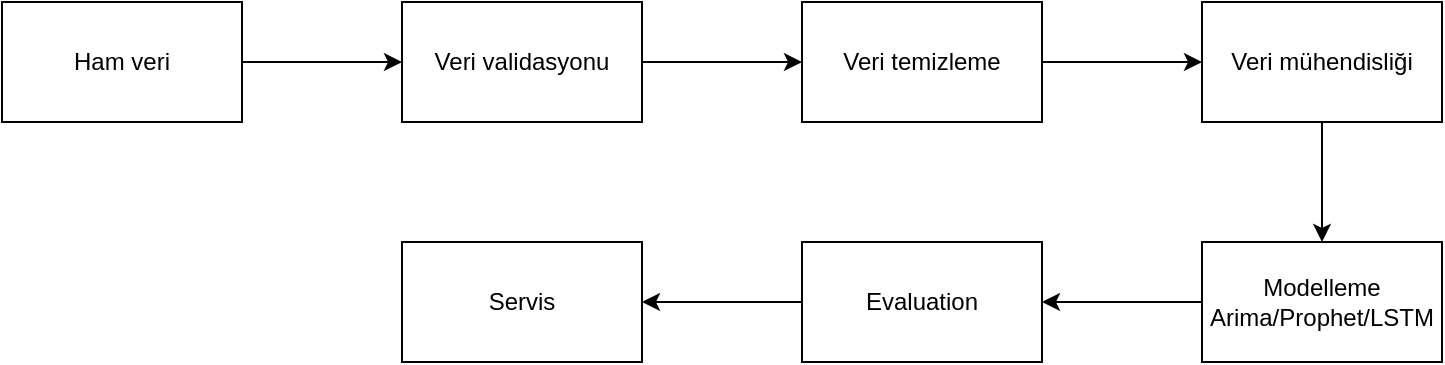
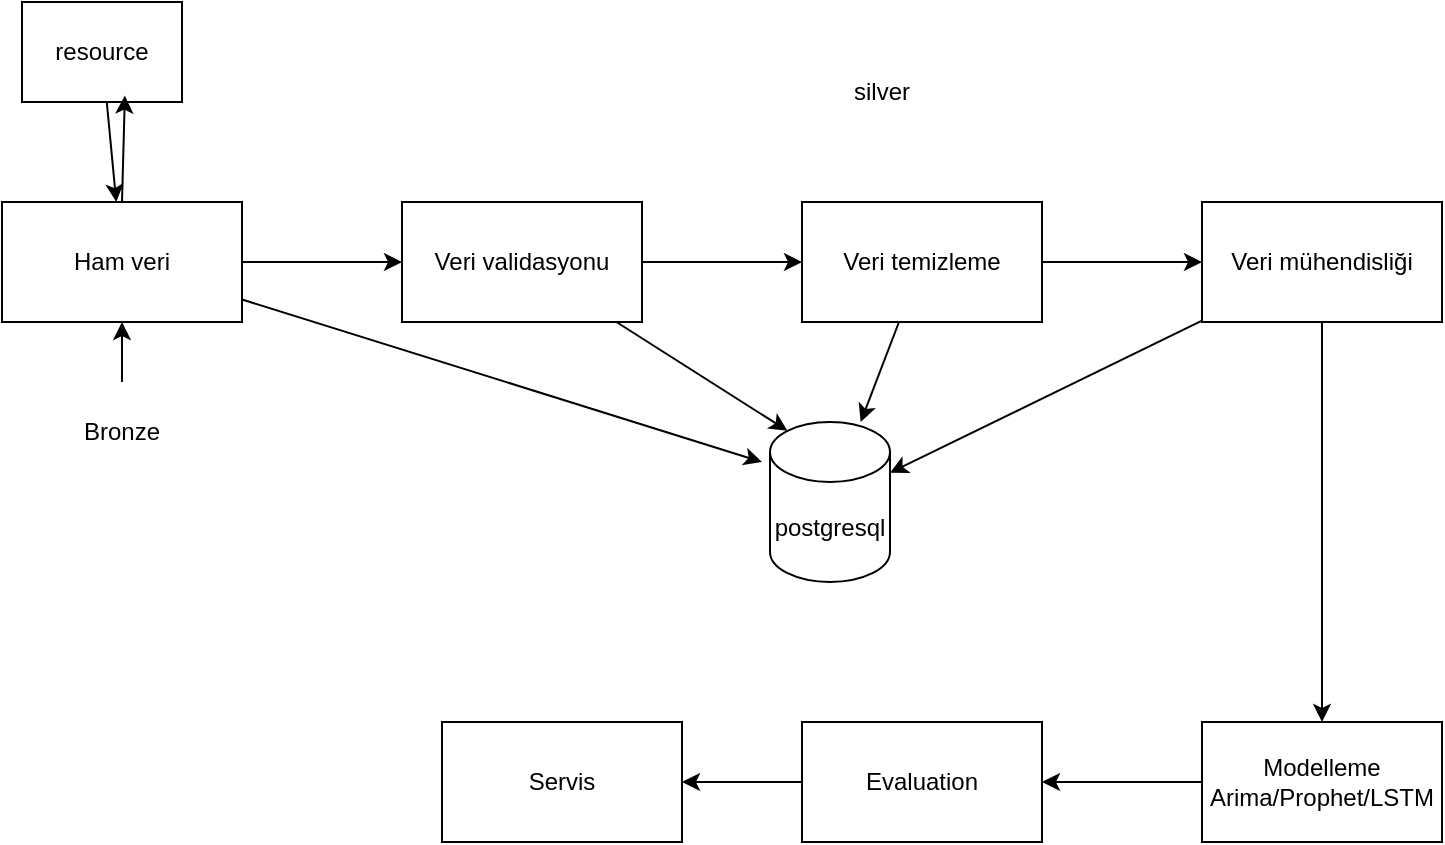
<mxfile host="65bd71144e">
    <diagram id="Di5BMOh4HMFCVeGNjLv4" name="Page-1">
-         <mxGraphModel dx="1048" dy="520" grid="1" gridSize="10" guides="1" tooltips="1" connect="1" arrows="1" fold="1" page="1" pageScale="1" pageWidth="827" pageHeight="1169" math="0" shadow="0">
+         <mxGraphModel dx="782" dy="655" grid="1" gridSize="10" guides="1" tooltips="1" connect="1" arrows="1" fold="1" page="1" pageScale="1" pageWidth="827" pageHeight="1169" math="0" shadow="0">
            <root>
                <mxCell id="0"/>
                <mxCell id="1" parent="0"/>
                <mxCell id="4" value="" style="edgeStyle=none;html=1;" parent="1" source="2" target="3" edge="1">
                    <mxGeometry relative="1" as="geometry"/>
                </mxCell>
                <mxCell id="2" value="Ham veri" style="rounded=0;whiteSpace=wrap;html=1;" parent="1" vertex="1">
-                     <mxGeometry x="30" y="60" width="120" height="60" as="geometry"/>
+                     <mxGeometry x="30" y="120" width="120" height="60" as="geometry"/>
                </mxCell>
                <mxCell id="6" value="" style="edgeStyle=none;html=1;" parent="1" source="3" target="5" edge="1">
                    <mxGeometry relative="1" as="geometry"/>
                </mxCell>
+                 <mxCell id="41" style="edgeStyle=none;html=1;entryX=0.145;entryY=0;entryDx=0;entryDy=4.35;entryPerimeter=0;" edge="1" parent="1" source="3" target="33">
+                     <mxGeometry relative="1" as="geometry"/>
+                 </mxCell>
                <mxCell id="3" value="Veri validasyonu" style="whiteSpace=wrap;html=1;rounded=0;" parent="1" vertex="1">
-                     <mxGeometry x="230" y="60" width="120" height="60" as="geometry"/>
+                     <mxGeometry x="230" y="120" width="120" height="60" as="geometry"/>
                </mxCell>
                <mxCell id="8" value="" style="edgeStyle=none;html=1;" parent="1" source="5" target="7" edge="1">
                    <mxGeometry relative="1" as="geometry"/>
                </mxCell>
+                 <mxCell id="42" style="edgeStyle=none;html=1;" edge="1" parent="1" source="5" target="33">
+                     <mxGeometry relative="1" as="geometry"/>
+                 </mxCell>
                <mxCell id="5" value="Veri temizleme" style="whiteSpace=wrap;html=1;rounded=0;" parent="1" vertex="1">
-                     <mxGeometry x="430" y="60" width="120" height="60" as="geometry"/>
+                     <mxGeometry x="430" y="120" width="120" height="60" as="geometry"/>
                </mxCell>
                <mxCell id="10" value="" style="edgeStyle=none;html=1;" parent="1" source="7" target="9" edge="1">
                    <mxGeometry relative="1" as="geometry"/>
                </mxCell>
+                 <mxCell id="43" style="edgeStyle=none;html=1;" edge="1" parent="1" source="7" target="33">
+                     <mxGeometry relative="1" as="geometry"/>
+                 </mxCell>
                <mxCell id="7" value="Veri mühendisliği" style="whiteSpace=wrap;html=1;rounded=0;" parent="1" vertex="1">
-                     <mxGeometry x="630" y="60" width="120" height="60" as="geometry"/>
+                     <mxGeometry x="630" y="120" width="120" height="60" as="geometry"/>
                </mxCell>
                <mxCell id="12" value="" style="edgeStyle=none;html=1;" parent="1" source="9" target="11" edge="1">
                    <mxGeometry relative="1" as="geometry"/>
                </mxCell>
                <mxCell id="9" value="Modelleme&lt;br&gt;Arima/Prophet/LSTM" style="whiteSpace=wrap;html=1;rounded=0;" parent="1" vertex="1">
-                     <mxGeometry x="630" y="180" width="120" height="60" as="geometry"/>
+                     <mxGeometry x="630" y="380" width="120" height="60" as="geometry"/>
                </mxCell>
                <mxCell id="14" value="" style="edgeStyle=none;html=1;" parent="1" source="11" target="13" edge="1">
                    <mxGeometry relative="1" as="geometry"/>
                </mxCell>
                <mxCell id="11" value="Evaluation" style="whiteSpace=wrap;html=1;rounded=0;" parent="1" vertex="1">
-                     <mxGeometry x="430" y="180" width="120" height="60" as="geometry"/>
+                     <mxGeometry x="430" y="380" width="120" height="60" as="geometry"/>
                </mxCell>
                <mxCell id="13" value="Servis" style="whiteSpace=wrap;html=1;rounded=0;" parent="1" vertex="1">
-                     <mxGeometry x="230" y="180" width="120" height="60" as="geometry"/>
+                     <mxGeometry x="250" y="380" width="120" height="60" as="geometry"/>
+                 </mxCell>
+                 <mxCell id="16" style="edgeStyle=none;html=1;" edge="1" parent="1" source="15" target="2">
+                     <mxGeometry relative="1" as="geometry"/>
+                 </mxCell>
+                 <mxCell id="15" value="Bronze" style="text;html=1;align=center;verticalAlign=middle;whiteSpace=wrap;rounded=0;" vertex="1" parent="1">
+                     <mxGeometry x="60" y="210" width="60" height="50" as="geometry"/>
+                 </mxCell>
+                 <mxCell id="17" value="silver" style="text;html=1;align=center;verticalAlign=middle;whiteSpace=wrap;rounded=0;" vertex="1" parent="1">
+                     <mxGeometry x="220" y="50" width="500" height="30" as="geometry"/>
+                 </mxCell>
+                 <mxCell id="33" value="postgresql" style="shape=cylinder3;whiteSpace=wrap;html=1;boundedLbl=1;backgroundOutline=1;size=15;" vertex="1" parent="1">
+                     <mxGeometry x="414" y="230" width="60" height="80" as="geometry"/>
+                 </mxCell>
+                 <mxCell id="38" style="edgeStyle=none;html=1;" edge="1" parent="1" source="34" target="2">
+                     <mxGeometry relative="1" as="geometry"/>
+                 </mxCell>
+                 <mxCell id="34" value="resource" style="rounded=0;whiteSpace=wrap;html=1;" vertex="1" parent="1">
+                     <mxGeometry x="40" y="20" width="80" height="50" as="geometry"/>
+                 </mxCell>
+                 <mxCell id="37" style="edgeStyle=none;html=1;exitX=0.5;exitY=0;exitDx=0;exitDy=0;entryX=0.643;entryY=0.936;entryDx=0;entryDy=0;entryPerimeter=0;" edge="1" parent="1" source="2" target="34">
+                     <mxGeometry relative="1" as="geometry"/>
+                 </mxCell>
+                 <mxCell id="40" style="edgeStyle=none;html=1;" edge="1" parent="1" source="2">
+                     <mxGeometry relative="1" as="geometry">
+                         <mxPoint x="410" y="250" as="targetPoint"/>
+                     </mxGeometry>
                </mxCell>
            </root>
        </mxGraphModel>
    </diagram>
</mxfile>